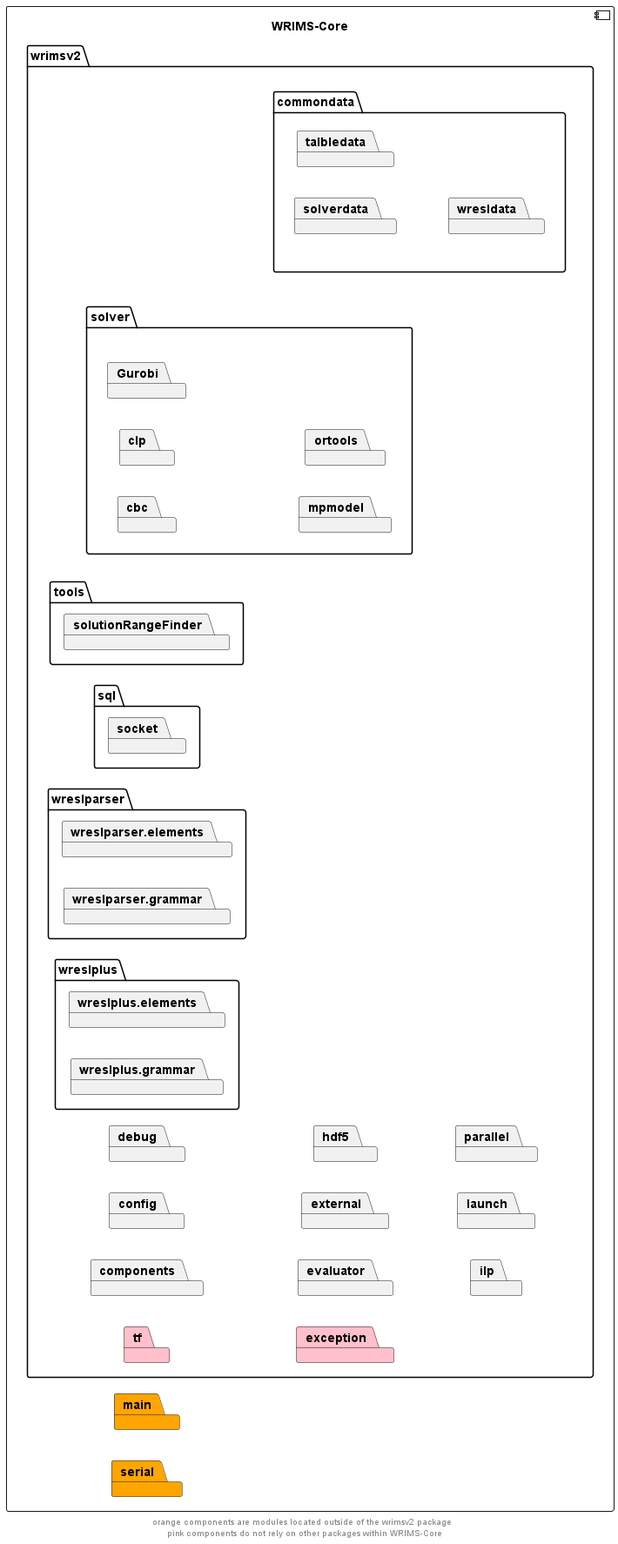
Before: docs/diagrams/wrims-core/wrims-core-packages.png, a diagram exported from PlantUML (CentralValleyModeling/wrims).
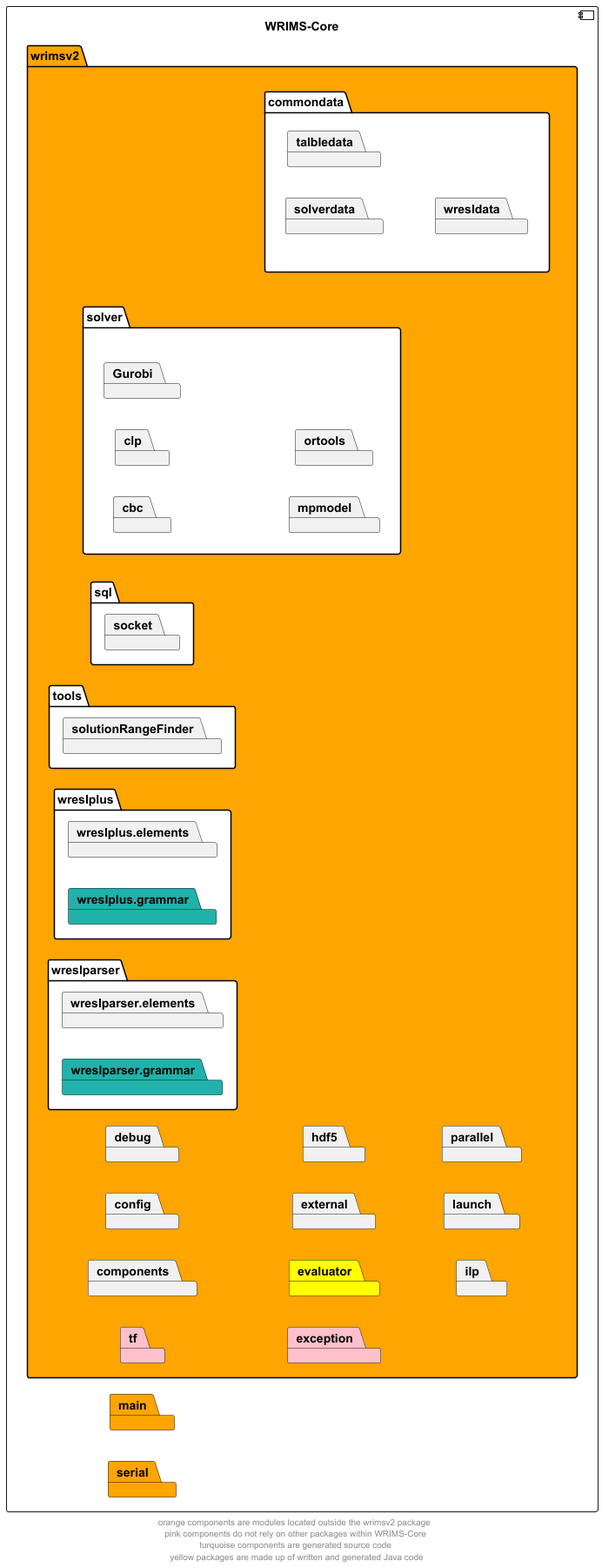
After the commit.

The edit, as a diff of the source:
```diff
@@ -5,8 +5,8 @@
 component wrims_core as "WRIMS-Core" {
     package main #orange
     package serial #orange
-    package wrimsv2 {
-        package commondata{
+    package wrimsv2 #orange {
+        package commondata #white {
             package solverdata
             package talbledata
             package wresldata
@@ -14,34 +14,34 @@
         package components
         package config
         package debug
-        package evaluator
+        package evaluator #yellow
         package exception #pink
         package external
         package hdf5
         package ilp
         package launch
         package parallel
-        package solver{
+        package solver #white {
             package cbc
             package clp
             package Gurobi
             package mpmodel
             package ortools
         }
-        package sql{
+        package sql #white {
             package socket
         }
         package tf #pink
-        package tools{
+        package tools #white {
             package solutionRangeFinder
         }
-        package wreslparser{
+        package wreslparser #white {
             package wreslparser.elements
-            package wreslparser.grammar
+            package wreslparser.grammar #lightseagreen
         }
-        package wreslplus{
+        package wreslplus #white {
             package wreslplus.elements
-            package wreslplus.grammar
+            package wreslplus.grammar #lightseagreen
         }
     }
 }
@@ -49,6 +49,6 @@
 solver -d[hidden]-> commondata
 tf -d[hidden]-> exception
 
-footer "orange components are modules located outside of the wrimsv2 package \n pink components do not rely on other packages within WRIMS-Core"
+footer "orange components are modules located outside the wrimsv2 package \n pink components do not rely on other packages within WRIMS-Core \n turquoise components are generated source code \n yellow packages are made up of written and generated Java code"
 
 @enduml
```
